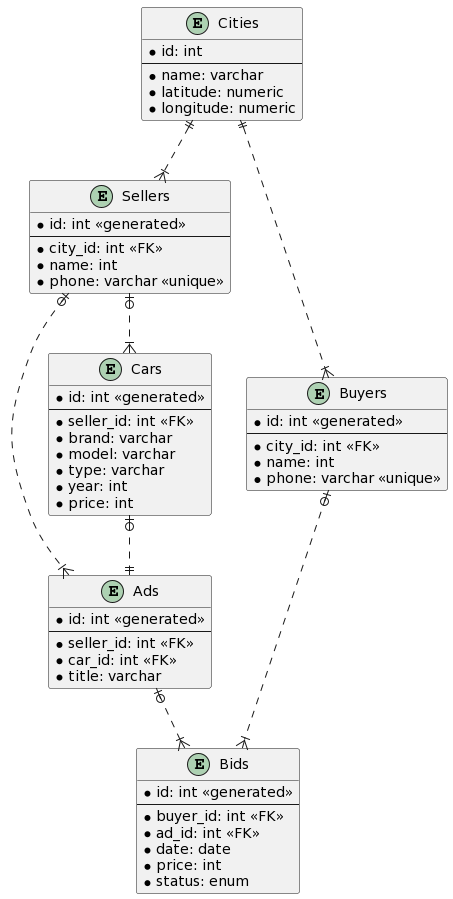
This is diagram/images/diagram.png from thujuli/car-dealer-db, a PlantUML export, as it was before one commit. Source of this version:
```plantuml
@startuml
entity Cities{
    * id: int
    --
    * name: varchar
    * latitude: numeric
    * longitude: numeric
}
entity Sellers{
    * id: int <<generated>>
    --
    * city_id: int <<FK>>
    * name: int
    * phone: varchar <<unique>>
}
entity Buyers{
    * id: int <<generated>>
    --
    * city_id: int <<FK>>
    * name: int
    * phone: varchar <<unique>>
}
entity Ads{
    * id: int <<generated>>
    --
    * seller_id: int <<FK>>
    * car_id: int <<FK>>
    * title: varchar
}
entity Cars{
    * id: int <<generated>>
    --
    * seller_id: int <<FK>>
    * brand: varchar
    * model: varchar
    * type: varchar
    * year: int
    * price: int
}
entity Bids{
    * id: int <<generated>>
    --
    * buyer_id: int <<FK>>
    * ad_id: int <<FK>>
    * date: date
    * price: int
    * status: enum
}

Cities ||..|{ Sellers
Cities ||..|{ Buyers
Sellers |o..|{ Cars
Sellers |o..|{ Ads
Cars |o..|| Ads
Ads |o..|{ Bids
Buyers |o..|{ Bids
@enduml
```
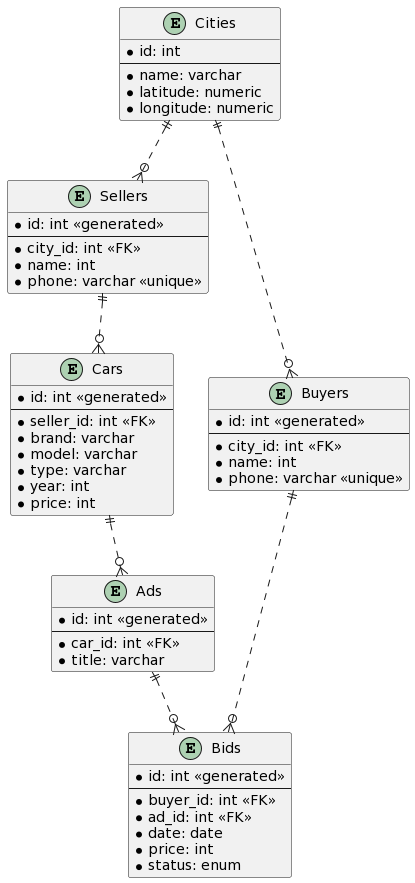
After the commit.

Diff of the diagram source:
```diff
@@ -23,7 +23,6 @@
 entity Ads{
     * id: int <<generated>>
     --
-    * seller_id: int <<FK>>
     * car_id: int <<FK>>
     * title: varchar
 }
@@ -47,11 +46,10 @@
     * status: enum
 }
 
-Cities ||..|{ Sellers
-Cities ||..|{ Buyers
-Sellers |o..|{ Cars
-Sellers |o..|{ Ads
-Cars |o..|| Ads
-Ads |o..|{ Bids
-Buyers |o..|{ Bids
+Cities ||..o{ Sellers
+Cities ||..o{ Buyers
+Sellers ||..o{ Cars
+Cars ||..o{ Ads
+Ads ||..o{ Bids
+Buyers ||..o{ Bids
 @enduml
```
